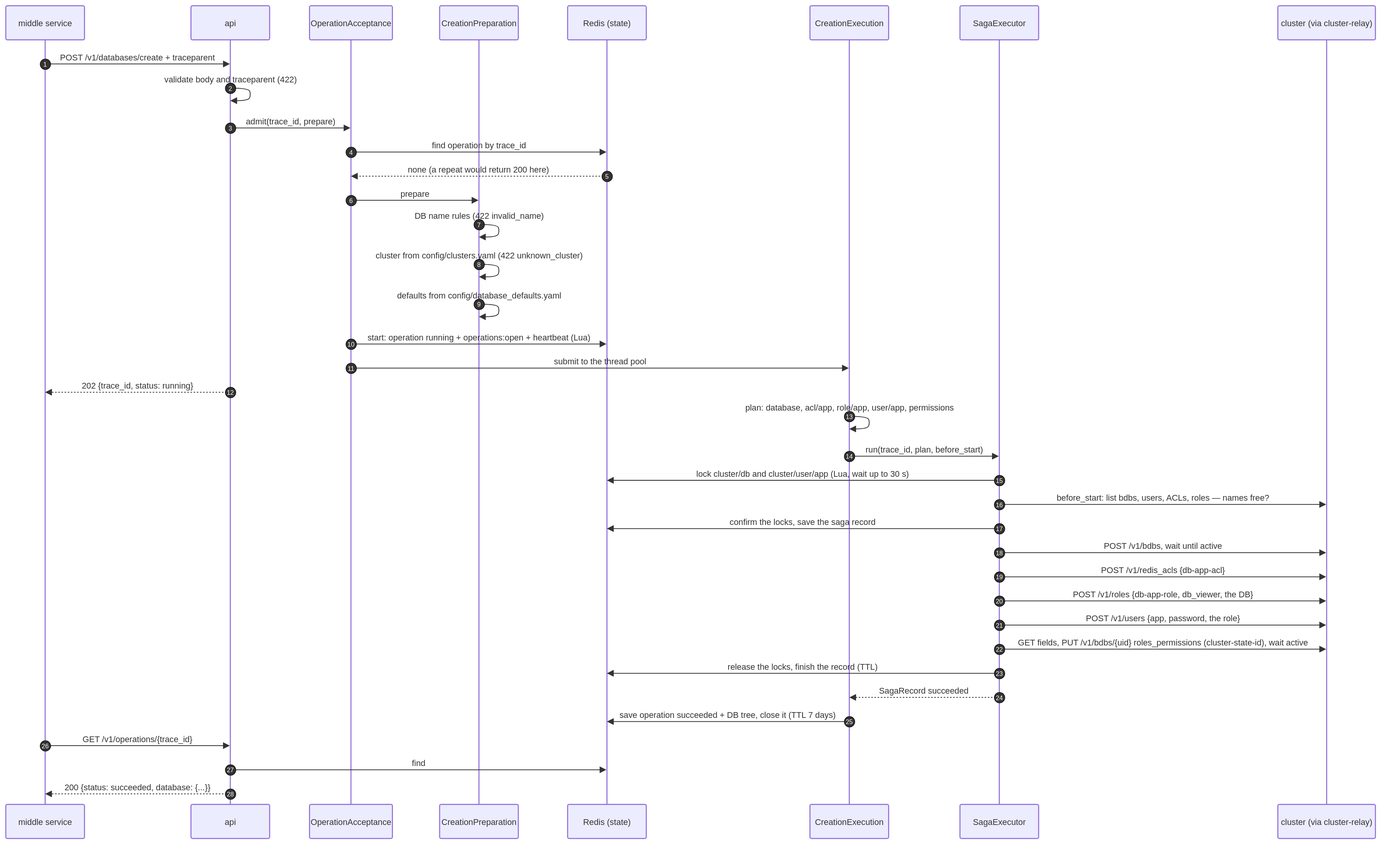
Above: docs/diagrams/10-seq-create-single-site.drawio.svg in EliShteinman/redis-enterprise-services (draw.io), before the change. Source tidied: cells renumbered, new cells last; positions are measured from the earlier drawing's top-left corner, leaving out a move shared by most shapes.
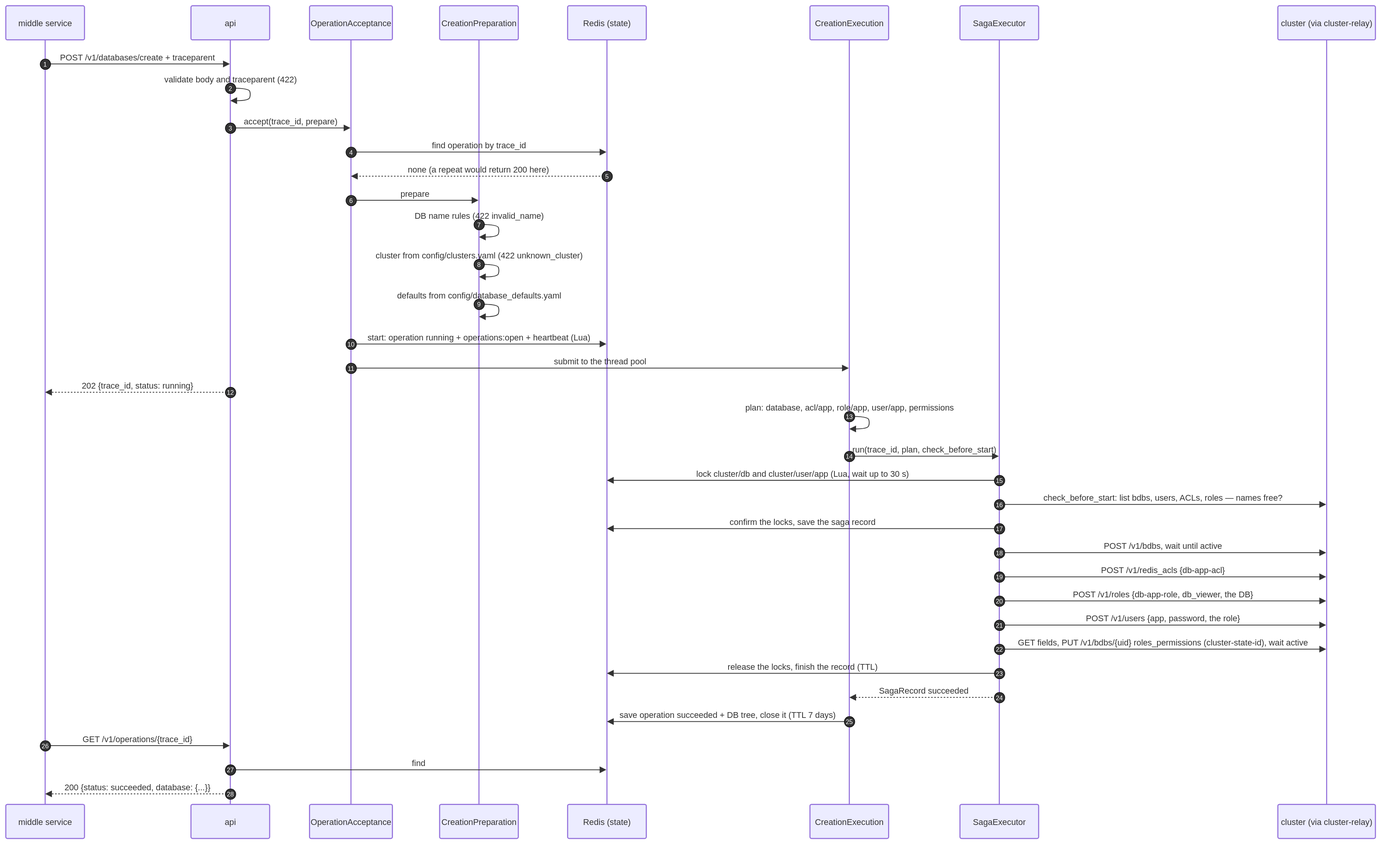
Later version of the same file.

Change to the diagram source:
```diff
@@ -51,7 +51,7 @@
     <mxCell id="14" value="2" style="ellipse;fillColor=light-dark(#333333,#cccccc);align=center;verticalAlign=middle;fontColor=light-dark(#FFFFFF,#333333);fontSize=12;" parent="1" vertex="1">
       <mxGeometry x="418" y="147" width="20" height="20" as="geometry" />
     </mxCell>
-    <mxCell id="15" value="admit(trace_id, prepare)" style="endArrow=block;endSize=9;verticalAlign=bottom;spacingBottom=2;edgeStyle=sequenceEdgeStyle;libavoidRouting=0;curved=0;rounded=0;fontSize=16;labelBackgroundColor=none;strokeWidth=1.5;strokeColor=light-dark(#333333,#cccccc);fontColor=light-dark(#333333,#cccccc);fontFamily=Trebuchet MS,Verdana,Arial,sans-serif;" parent="1" edge="1" source="3" target="4">
+    <mxCell id="15" value="accept(trace_id, prepare)" style="endArrow=block;endSize=9;verticalAlign=bottom;spacingBottom=2;edgeStyle=sequenceEdgeStyle;libavoidRouting=0;curved=0;rounded=0;fontSize=16;labelBackgroundColor=none;strokeWidth=1.5;strokeColor=light-dark(#333333,#cccccc);fontColor=light-dark(#333333,#cccccc);fontFamily=Trebuchet MS,Verdana,Arial,sans-serif;" parent="1" edge="1" source="3" target="4">
       <mxGeometry relative="1" as="geometry">
         <Array as="points">
           <mxPoint x="543" y="233" />
@@ -181,7 +181,7 @@
     <mxCell id="40" value="13" style="ellipse;fillColor=light-dark(#333333,#cccccc);align=center;verticalAlign=middle;fontColor=light-dark(#FFFFFF,#333333);fontSize=12;" parent="1" vertex="1">
       <mxGeometry x="1598" y="773" width="20" height="20" as="geometry" />
     </mxCell>
-    <mxCell id="41" value="run(trace_id, plan, before_start)" style="endArrow=block;endSize=9;verticalAlign=bottom;spacingBottom=2;edgeStyle=sequenceEdgeStyle;libavoidRouting=0;curved=0;rounded=0;fontSize=16;labelBackgroundColor=none;strokeWidth=1.5;strokeColor=light-dark(#333333,#cccccc);fontColor=light-dark(#333333,#cccccc);fontFamily=Trebuchet MS,Verdana,Arial,sans-serif;" parent="1" edge="1" source="7" target="8">
+    <mxCell id="41" value="run(trace_id, plan, check_before_start)" style="endArrow=block;endSize=9;verticalAlign=bottom;spacingBottom=2;edgeStyle=sequenceEdgeStyle;libavoidRouting=0;curved=0;rounded=0;fontSize=16;labelBackgroundColor=none;strokeWidth=1.5;strokeColor=light-dark(#333333,#cccccc);fontColor=light-dark(#333333,#cccccc);fontFamily=Trebuchet MS,Verdana,Arial,sans-serif;" parent="1" edge="1" source="7" target="8">
       <mxGeometry relative="1" as="geometry">
         <Array as="points">
           <mxPoint x="1751" y="859" />
@@ -201,7 +201,7 @@
     <mxCell id="44" value="15" style="ellipse;fillColor=light-dark(#333333,#cccccc);align=center;verticalAlign=middle;fontColor=light-dark(#FFFFFF,#333333);fontSize=12;" parent="1" vertex="1">
       <mxGeometry x="1884" y="895" width="20" height="20" as="geometry" />
     </mxCell>
-    <mxCell id="45" value="before_start: list bdbs, users, ACLs, roles — names free?" style="endArrow=block;endSize=9;verticalAlign=bottom;spacingBottom=2;edgeStyle=sequenceEdgeStyle;libavoidRouting=0;curved=0;rounded=0;fontSize=16;labelBackgroundColor=none;strokeWidth=1.5;strokeColor=light-dark(#333333,#cccccc);fontColor=light-dark(#333333,#cccccc);fontFamily=Trebuchet MS,Verdana,Arial,sans-serif;" parent="1" edge="1" source="8" target="9">
+    <mxCell id="45" value="check_before_start: list bdbs, users, ACLs, roles — names free?" style="endArrow=block;endSize=9;verticalAlign=bottom;spacingBottom=2;edgeStyle=sequenceEdgeStyle;libavoidRouting=0;curved=0;rounded=0;fontSize=16;labelBackgroundColor=none;strokeWidth=1.5;strokeColor=light-dark(#333333,#cccccc);fontColor=light-dark(#333333,#cccccc);fontFamily=Trebuchet MS,Verdana,Arial,sans-serif;" parent="1" edge="1" source="8" target="9">
       <mxGeometry relative="1" as="geometry">
         <Array as="points">
           <mxPoint x="2206" y="951" />
```
